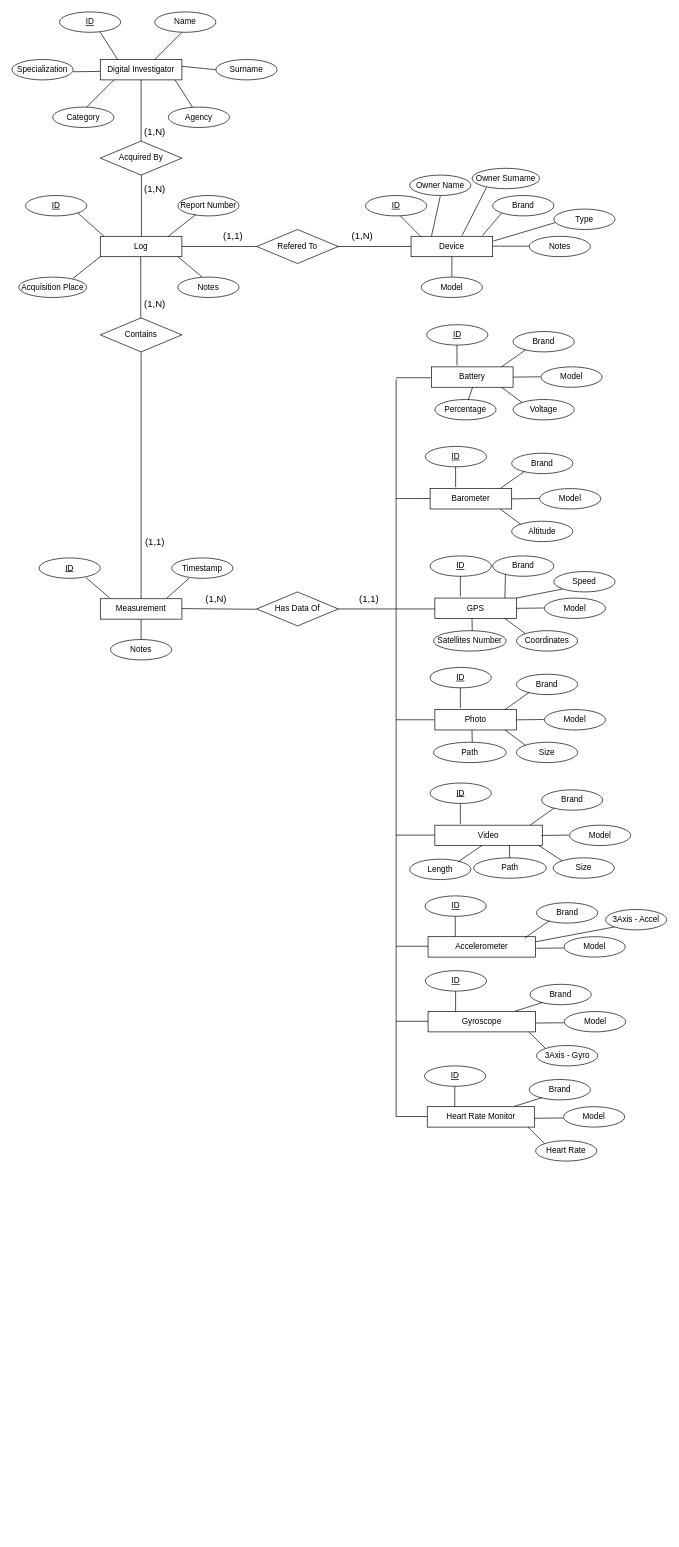
The draw.io diagram Database/Schema DB.drawio in Kryozen/Forensics-Analysis, before the edit. Source tidied: cells renumbered, new cells numbered last; positions are measured from the earlier drawing's top-left corner, leaving out a move shared by most shapes. Both pictures are drawn from the tidied source at 68%, with x=0, y=0 at pixel (12, 12).
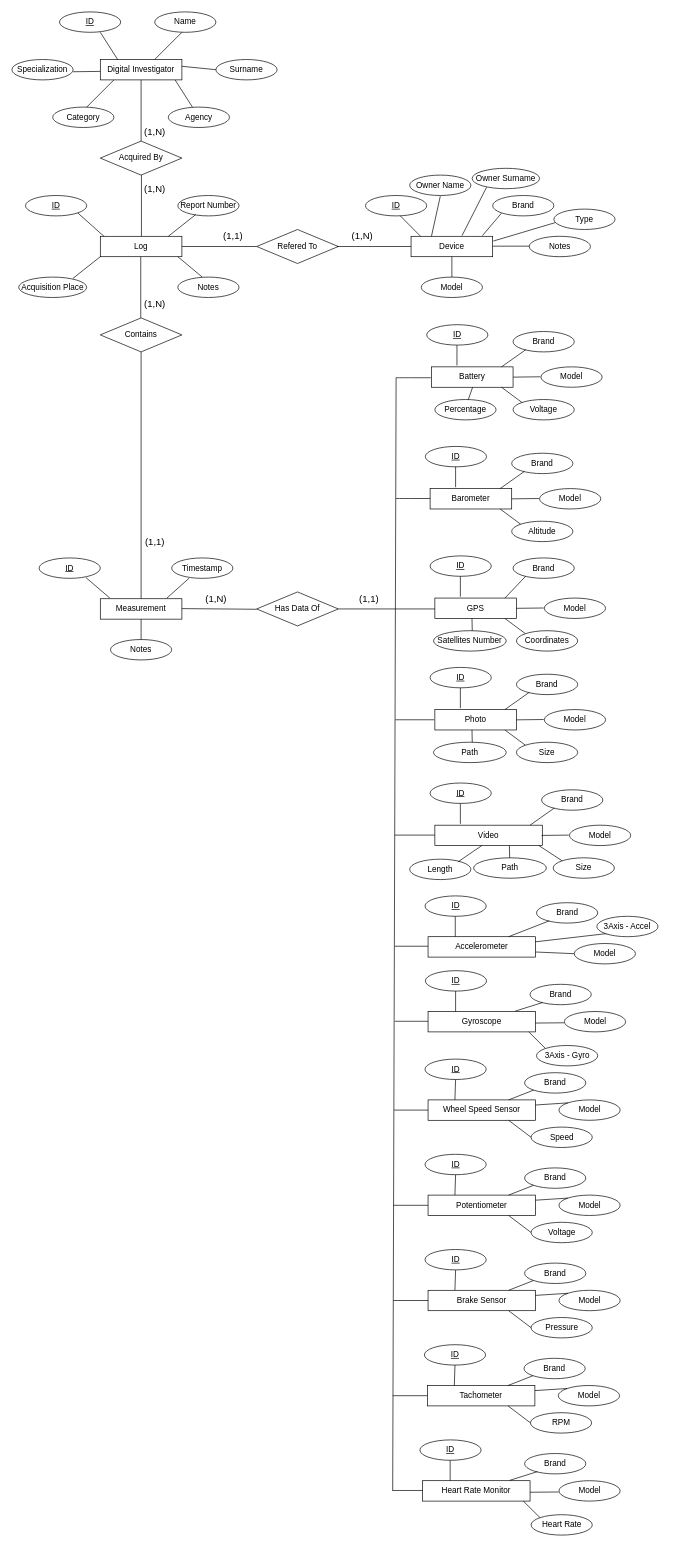
The same page after the edit.

The change refers to these unchanged cells:
```xml
<mxCell id="71" value="GPS" style="rounded=0;whiteSpace=wrap;html=1;" parent="1" vertex="1">
  <mxGeometry x="622" y="862" width="120" height="30" as="geometry" />
</mxCell>
<mxCell id="116" value="Accelerometer" style="rounded=0;whiteSpace=wrap;html=1;" parent="1" vertex="1">
  <mxGeometry x="612" y="1360" width="158" height="30" as="geometry" />
</mxCell>
<mxCell id="121" value="Brand" style="ellipse;whiteSpace=wrap;html=1;" parent="1" vertex="1">
  <mxGeometry x="771.5" y="1310" width="90" height="30" as="geometry" />
</mxCell>
```

What changed in the source:
```diff
@@
     <mxCell id="50" style="endArrow=none;html=1;" parent="1" edge="1">
       <mxGeometry relative="1" as="geometry">
-        <mxPoint x="565" y="1625" as="sourcePoint" />
-        <mxPoint x="565" y="540" as="targetPoint" />
+        <mxPoint x="560" y="2175" as="sourcePoint" />
+        <mxPoint x="565" y="538" as="targetPoint" />
       </mxGeometry>
     </mxCell>
@@
     <mxCell id="74" value="Brand" style="ellipse;whiteSpace=wrap;html=1;" parent="1" vertex="1">
-      <mxGeometry x="707" y="800" width="90" height="30" as="geometry" />
+      <mxGeometry x="737" y="803" width="90" height="30" as="geometry" />
     </mxCell>
@@
     <mxCell id="93" style="endArrow=none;html=1;" parent="1" edge="1">
       <mxGeometry relative="1" as="geometry">
         <mxPoint x="621" y="1041" as="sourcePoint" />
-        <mxPoint x="565" y="1041" as="targetPoint" />
+        <mxPoint x="564" y="1041" as="targetPoint" />
       </mxGeometry>
     </mxCell>
@@
     <mxCell id="105" style="endArrow=none;html=1;" parent="1" edge="1">
       <mxGeometry relative="1" as="geometry">
         <mxPoint x="622" y="1210.6" as="sourcePoint" />
-        <mxPoint x="565" y="1210.6" as="targetPoint" />
+        <mxPoint x="563" y="1210.6" as="targetPoint" />
       </mxGeometry>
     </mxCell>
@@
-    <mxCell id="122" style="endArrow=none;html=1;exitX=0.209;exitY=0.889;exitDx=0;exitDy=0;exitPerimeter=0;" parent="1" edge="1" source="121">
-      <mxGeometry relative="1" as="geometry">
-        <mxPoint x="754" y="1362" as="targetPoint" />
-      </mxGeometry>
+    <mxCell id="122" style="endArrow=none;html=1;exitX=0.209;exitY=0.889;exitDx=0;exitDy=0;exitPerimeter=0;entryX=0.75;entryY=0;entryDx=0;entryDy=0;" parent="1" edge="1" source="121" target="116">
+      <mxGeometry relative="1" as="geometry" />
     </mxCell>
-    <mxCell id="123" style="endArrow=none;html=1;exitX=0;exitY=0.5;exitDx=0;exitDy=0;" parent="1" edge="1">
-      <mxGeometry relative="1" as="geometry">
-        <mxPoint x="811.5" y="1376.6" as="sourcePoint" />
-        <mxPoint x="771.5" y="1377.1" as="targetPoint" />
-      </mxGeometry>
+    <mxCell id="123" style="endArrow=none;html=1;exitX=0;exitY=0.5;exitDx=0;exitDy=0;entryX=1;entryY=0.75;entryDx=0;entryDy=0;" parent="1" edge="1" source="124" target="116">
+      <mxGeometry relative="1" as="geometry" />
     </mxCell>
     <mxCell id="124" value="Model" style="ellipse;whiteSpace=wrap;html=1;" parent="1" vertex="1">
-      <mxGeometry x="812" y="1360" width="90" height="30" as="geometry" />
+      <mxGeometry x="827" y="1370" width="90" height="30" as="geometry" />
     </mxCell>
     <mxCell id="125" style="endArrow=none;html=1;" parent="1" edge="1">
       <mxGeometry relative="1" as="geometry">
         <mxPoint x="612" y="1374" as="sourcePoint" />
-        <mxPoint x="565" y="1374" as="targetPoint" />
+        <mxPoint x="563" y="1374" as="targetPoint" />
       </mxGeometry>
     </mxCell>
+    <mxCell id="158" style="edgeStyle=orthogonalEdgeStyle;rounded=0;jettySize=auto;html=1;exitX=0;exitY=1;exitDx=0;exitDy=0;" parent="1" edge="1" source="126">
+      <mxGeometry relative="1" as="geometry">
+        <mxPoint x="884.9" y="1344.8" as="targetPoint" />
+      </mxGeometry>
+    </mxCell>
     <mxCell id="126" value="3Axis - Accel" style="ellipse;whiteSpace=wrap;html=1;" parent="1" vertex="1">
-      <mxGeometry x="873" y="1320" width="90" height="30" as="geometry" />
+      <mxGeometry x="860.2" y="1330" width="90" height="30" as="geometry" />
     </mxCell>
@@
     <mxCell id="129" style="endArrow=none;html=1;" parent="1" edge="1">
       <mxGeometry relative="1" as="geometry">
         <mxPoint x="612" y="1484.4" as="sourcePoint" />
-        <mxPoint x="565" y="1484.4" as="targetPoint" />
+        <mxPoint x="563" y="1484.4" as="targetPoint" />
       </mxGeometry>
     </mxCell>
@@
-    <mxCell id="136" style="endArrow=none;html=1;entryX=1;entryY=0;entryDx=0;entryDy=0;exitX=0;exitY=1;exitDx=0;exitDy=0;" parent="1" edge="1" source="137" target="71">
-      <mxGeometry relative="1" as="geometry" />
-    </mxCell>
-    <mxCell id="137" value="Speed" style="ellipse;whiteSpace=wrap;html=1;" parent="1" vertex="1">
-      <mxGeometry x="797" y="823" width="90" height="30" as="geometry" />
-    </mxCell>
@@
     <mxCell id="140" value="Heart Rate Monitor" style="rounded=0;whiteSpace=wrap;html=1;" parent="1" vertex="1">
-      <mxGeometry x="610.8" y="1610" width="158" height="30" as="geometry" />
+      <mxGeometry x="604" y="2160" width="158" height="30" as="geometry" />
     </mxCell>
     <mxCell id="141" style="endArrow=none;html=1;" parent="1" edge="1">
       <mxGeometry relative="1" as="geometry">
-        <mxPoint x="611" y="1624.4" as="sourcePoint" />
-        <mxPoint x="565" y="1624.4" as="targetPoint" />
+        <mxPoint x="604.2" y="2174.4" as="sourcePoint" />
+        <mxPoint x="560" y="2174.4" as="targetPoint" />
       </mxGeometry>
     </mxCell>
     <mxCell id="142" value="&lt;u&gt;ID&lt;/u&gt;" style="ellipse;whiteSpace=wrap;html=1;" parent="1" vertex="1">
-      <mxGeometry x="606.8" y="1550" width="90" height="30" as="geometry" />
+      <mxGeometry x="600" y="2100" width="90" height="30" as="geometry" />
     </mxCell>
     <mxCell id="143" style="endArrow=none;html=1;exitX=0.5;exitY=0;exitDx=0;exitDy=0;entryX=0.5;entryY=1;entryDx=0;entryDy=0;" parent="1" edge="1">
       <mxGeometry relative="1" as="geometry">
-        <mxPoint x="651.3" y="1610" as="sourcePoint" />
-        <mxPoint x="651.3" y="1580" as="targetPoint" />
+        <mxPoint x="644.5" y="2160" as="sourcePoint" />
+        <mxPoint x="644.5" y="2130" as="targetPoint" />
       </mxGeometry>
     </mxCell>
     <mxCell id="144" value="Brand" style="ellipse;whiteSpace=wrap;html=1;" parent="1" vertex="1">
-      <mxGeometry x="760.8" y="1570" width="90" height="30" as="geometry" />
+      <mxGeometry x="754" y="2120" width="90" height="30" as="geometry" />
     </mxCell>
@@
     <mxCell id="146" style="endArrow=none;html=1;exitX=0;exitY=0.5;exitDx=0;exitDy=0;" parent="1" edge="1">
       <mxGeometry relative="1" as="geometry">
-        <mxPoint x="810.8" y="1626.6" as="sourcePoint" />
-        <mxPoint x="768.8" y="1627" as="targetPoint" />
+        <mxPoint x="804" y="2176.6" as="sourcePoint" />
+        <mxPoint x="762" y="2177" as="targetPoint" />
       </mxGeometry>
     </mxCell>
     <mxCell id="147" value="Model" style="ellipse;whiteSpace=wrap;html=1;" parent="1" vertex="1">
-      <mxGeometry x="811.2" y="1610" width="90" height="30" as="geometry" />
+      <mxGeometry x="804.5" y="2160" width="90" height="30" as="geometry" />
     </mxCell>
     <mxCell id="148" value="Heart Rate" style="ellipse;whiteSpace=wrap;html=1;" parent="1" vertex="1">
-      <mxGeometry x="770.2" y="1660" width="90" height="30" as="geometry" />
+      <mxGeometry x="763.5" y="2210" width="90" height="30" as="geometry" />
     </mxCell>
     <mxCell id="149" style="endArrow=none;html=1;entryX=0.811;entryY=-0.018;entryDx=0;entryDy=0;entryPerimeter=0;exitX=0;exitY=0;exitDx=0;exitDy=0;" parent="1" edge="1" source="148">
       <mxGeometry relative="1" as="geometry">
-        <mxPoint x="758.9" y="1640" as="targetPoint" />
+        <mxPoint x="752.1" y="2190" as="targetPoint" />
       </mxGeometry>
     </mxCell>
@@
+    <mxCell id="159" value="Wheel Speed Sensor" style="rounded=0;whiteSpace=wrap;html=1;" parent="1" vertex="1">
+      <mxGeometry x="612" y="1600" width="158" height="30" as="geometry" />
+    </mxCell>
+    <mxCell id="160" value="&lt;u&gt;ID&lt;/u&gt;" style="ellipse;whiteSpace=wrap;html=1;" parent="1" vertex="1">
+      <mxGeometry x="607.5" y="1540" width="90" height="30" as="geometry" />
+    </mxCell>
+    <mxCell id="161" style="endArrow=none;html=1;entryX=0.5;entryY=1;entryDx=0;entryDy=0;exitX=0.25;exitY=0;exitDx=0;exitDy=0;" parent="1" edge="1" source="159" target="160">
+      <mxGeometry relative="1" as="geometry" />
+    </mxCell>
+    <mxCell id="162" value="Brand" style="ellipse;whiteSpace=wrap;html=1;" parent="1" vertex="1">
+      <mxGeometry x="754" y="1560" width="90" height="30" as="geometry" />
+    </mxCell>
+    <mxCell id="163" value="Model" style="ellipse;whiteSpace=wrap;html=1;" parent="1" vertex="1">
+      <mxGeometry x="804.5" y="1600" width="90" height="30" as="geometry" />
+    </mxCell>
+    <mxCell id="164" style="endArrow=none;html=1;exitX=0;exitY=1;exitDx=0;exitDy=0;entryX=0.75;entryY=0;entryDx=0;entryDy=0;" parent="1" edge="1" source="162" target="159">
+      <mxGeometry relative="1" as="geometry" />
+    </mxCell>
+    <mxCell id="165" style="endArrow=none;html=1;exitX=0;exitY=0;exitDx=0;exitDy=0;entryX=1;entryY=0.25;entryDx=0;entryDy=0;" parent="1" edge="1" source="163" target="159">
+      <mxGeometry relative="1" as="geometry" />
+    </mxCell>
+    <mxCell id="166" style="endArrow=none;html=1;exitX=0;exitY=0.5;exitDx=0;exitDy=0;entryX=0.75;entryY=1;entryDx=0;entryDy=0;" parent="1" edge="1" source="137" target="159">
+      <mxGeometry relative="1" as="geometry" />
+    </mxCell>
+    <mxCell id="137" value="Speed" style="ellipse;whiteSpace=wrap;html=1;" parent="1" vertex="1">
+      <mxGeometry x="763.5" y="1640" width="90" height="30" as="geometry" />
+    </mxCell>
+    <mxCell id="167" style="endArrow=none;html=1;exitX=0;exitY=0.5;exitDx=0;exitDy=0;" parent="1" edge="1" source="159">
+      <mxGeometry relative="1" as="geometry">
+        <mxPoint x="562" y="1615" as="targetPoint" />
+      </mxGeometry>
+    </mxCell>
+    <mxCell id="168" value="Potentiometer" style="rounded=0;whiteSpace=wrap;html=1;" parent="1" vertex="1">
+      <mxGeometry x="612" y="1740" width="158" height="30" as="geometry" />
+    </mxCell>
+    <mxCell id="169" value="&lt;u&gt;ID&lt;/u&gt;" style="ellipse;whiteSpace=wrap;html=1;" parent="1" vertex="1">
+      <mxGeometry x="607.5" y="1680" width="90" height="30" as="geometry" />
+    </mxCell>
+    <mxCell id="170" style="endArrow=none;html=1;entryX=0.5;entryY=1;entryDx=0;entryDy=0;exitX=0.25;exitY=0;exitDx=0;exitDy=0;" parent="1" edge="1" source="168" target="169">
+      <mxGeometry relative="1" as="geometry" />
+    </mxCell>
+    <mxCell id="171" value="Brand" style="ellipse;whiteSpace=wrap;html=1;" parent="1" vertex="1">
+      <mxGeometry x="754" y="1700" width="90" height="30" as="geometry" />
+    </mxCell>
+    <mxCell id="172" value="Model" style="ellipse;whiteSpace=wrap;html=1;" parent="1" vertex="1">
+      <mxGeometry x="804.5" y="1740" width="90" height="30" as="geometry" />
+    </mxCell>
+    <mxCell id="173" style="endArrow=none;html=1;exitX=0;exitY=1;exitDx=0;exitDy=0;entryX=0.75;entryY=0;entryDx=0;entryDy=0;" parent="1" edge="1" source="171" target="168">
+      <mxGeometry relative="1" as="geometry" />
+    </mxCell>
+    <mxCell id="174" style="endArrow=none;html=1;exitX=0;exitY=0;exitDx=0;exitDy=0;entryX=1;entryY=0.25;entryDx=0;entryDy=0;" parent="1" edge="1" source="172" target="168">
+      <mxGeometry relative="1" as="geometry" />
+    </mxCell>
+    <mxCell id="175" style="endArrow=none;html=1;exitX=0;exitY=0.5;exitDx=0;exitDy=0;entryX=0.75;entryY=1;entryDx=0;entryDy=0;" parent="1" edge="1" source="176" target="168">
+      <mxGeometry relative="1" as="geometry" />
+    </mxCell>
+    <mxCell id="176" value="Voltage" style="ellipse;whiteSpace=wrap;html=1;" parent="1" vertex="1">
+      <mxGeometry x="763.5" y="1780" width="90" height="30" as="geometry" />
+    </mxCell>
+    <mxCell id="177" style="endArrow=none;html=1;exitX=0;exitY=0.5;exitDx=0;exitDy=0;" parent="1" edge="1" source="168">
+      <mxGeometry relative="1" as="geometry">
+        <mxPoint x="561" y="1755" as="targetPoint" />
+      </mxGeometry>
+    </mxCell>
+    <mxCell id="178" value="Brake Sensor" style="rounded=0;whiteSpace=wrap;html=1;" parent="1" vertex="1">
+      <mxGeometry x="612" y="1880" width="158" height="30" as="geometry" />
+    </mxCell>
+    <mxCell id="179" value="&lt;u&gt;ID&lt;/u&gt;" style="ellipse;whiteSpace=wrap;html=1;" parent="1" vertex="1">
+      <mxGeometry x="607.5" y="1820" width="90" height="30" as="geometry" />
+    </mxCell>
+    <mxCell id="180" style="endArrow=none;html=1;entryX=0.5;entryY=1;entryDx=0;entryDy=0;exitX=0.25;exitY=0;exitDx=0;exitDy=0;" parent="1" edge="1" source="178" target="179">
+      <mxGeometry relative="1" as="geometry" />
+    </mxCell>
+    <mxCell id="181" value="Brand" style="ellipse;whiteSpace=wrap;html=1;" parent="1" vertex="1">
+      <mxGeometry x="754" y="1840" width="90" height="30" as="geometry" />
+    </mxCell>
+    <mxCell id="182" value="Model" style="ellipse;whiteSpace=wrap;html=1;" parent="1" vertex="1">
+      <mxGeometry x="804.5" y="1880" width="90" height="30" as="geometry" />
+    </mxCell>
+    <mxCell id="183" style="endArrow=none;html=1;exitX=0;exitY=1;exitDx=0;exitDy=0;entryX=0.75;entryY=0;entryDx=0;entryDy=0;" parent="1" edge="1" source="181" target="178">
+      <mxGeometry relative="1" as="geometry" />
+    </mxCell>
+    <mxCell id="184" style="endArrow=none;html=1;exitX=0;exitY=0;exitDx=0;exitDy=0;entryX=1;entryY=0.25;entryDx=0;entryDy=0;" parent="1" edge="1" source="182" target="178">
+      <mxGeometry relative="1" as="geometry" />
+    </mxCell>
+    <mxCell id="185" style="endArrow=none;html=1;exitX=0;exitY=0.5;exitDx=0;exitDy=0;entryX=0.75;entryY=1;entryDx=0;entryDy=0;" parent="1" edge="1" source="186" target="178">
+      <mxGeometry relative="1" as="geometry" />
+    </mxCell>
+    <mxCell id="186" value="Pressure" style="ellipse;whiteSpace=wrap;html=1;" parent="1" vertex="1">
+      <mxGeometry x="763.5" y="1920" width="90" height="30" as="geometry" />
+    </mxCell>
+    <mxCell id="187" style="endArrow=none;html=1;exitX=0;exitY=0.5;exitDx=0;exitDy=0;" parent="1" edge="1" source="178">
+      <mxGeometry relative="1" as="geometry">
+        <mxPoint x="561" y="1895" as="targetPoint" />
+      </mxGeometry>
+    </mxCell>
+    <mxCell id="188" value="Tachometer" style="rounded=0;whiteSpace=wrap;html=1;" parent="1" vertex="1">
+      <mxGeometry x="611.1" y="2020" width="158" height="30" as="geometry" />
+    </mxCell>
+    <mxCell id="189" value="&lt;u&gt;ID&lt;/u&gt;" style="ellipse;whiteSpace=wrap;html=1;" parent="1" vertex="1">
+      <mxGeometry x="606.6" y="1960" width="90" height="30" as="geometry" />
+    </mxCell>
+    <mxCell id="190" style="endArrow=none;html=1;entryX=0.5;entryY=1;entryDx=0;entryDy=0;exitX=0.25;exitY=0;exitDx=0;exitDy=0;" parent="1" edge="1" source="188" target="189">
+      <mxGeometry relative="1" as="geometry" />
+    </mxCell>
+    <mxCell id="191" value="Brand" style="ellipse;whiteSpace=wrap;html=1;" parent="1" vertex="1">
+      <mxGeometry x="753.1" y="1980" width="90" height="30" as="geometry" />
+    </mxCell>
+    <mxCell id="192" value="Model" style="ellipse;whiteSpace=wrap;html=1;" parent="1" vertex="1">
+      <mxGeometry x="803.6" y="2020" width="90" height="30" as="geometry" />
+    </mxCell>
+    <mxCell id="193" style="endArrow=none;html=1;exitX=0;exitY=1;exitDx=0;exitDy=0;entryX=0.75;entryY=0;entryDx=0;entryDy=0;" parent="1" edge="1" source="191" target="188">
+      <mxGeometry relative="1" as="geometry" />
+    </mxCell>
+    <mxCell id="194" style="endArrow=none;html=1;exitX=0;exitY=0;exitDx=0;exitDy=0;entryX=1;entryY=0.25;entryDx=0;entryDy=0;" parent="1" edge="1" source="192" target="188">
+      <mxGeometry relative="1" as="geometry" />
+    </mxCell>
+    <mxCell id="195" style="endArrow=none;html=1;exitX=0;exitY=0.5;exitDx=0;exitDy=0;entryX=0.75;entryY=1;entryDx=0;entryDy=0;" parent="1" edge="1" source="196" target="188">
+      <mxGeometry relative="1" as="geometry" />
+    </mxCell>
+    <mxCell id="196" value="RPM" style="ellipse;whiteSpace=wrap;html=1;" parent="1" vertex="1">
+      <mxGeometry x="762.6" y="2060" width="90" height="30" as="geometry" />
+    </mxCell>
+    <mxCell id="197" style="endArrow=none;html=1;exitX=0;exitY=0.5;exitDx=0;exitDy=0;" parent="1" edge="1" source="188">
+      <mxGeometry relative="1" as="geometry">
+        <mxPoint x="560" y="2035" as="targetPoint" />
+      </mxGeometry>
+    </mxCell>
```
